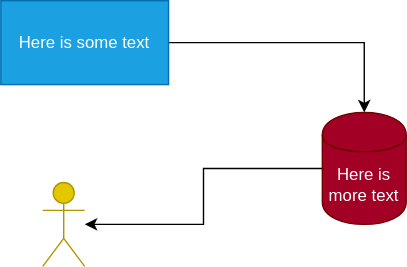
This is uncompressed.drawio.svg from Rylan12/svg-compression-test, a draw.io export, as it was before one commit. Source tidied: cells renumbered, new cells last; positions are measured from the earlier drawing's top-left corner, leaving out a move shared by most shapes.
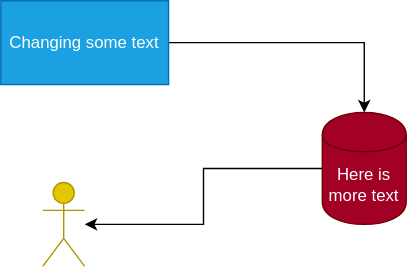
Above is the later version.

Diff of the diagram source:
```diff
@@ -5,7 +5,7 @@
     <mxCell id="2" style="edgeStyle=orthogonalEdgeStyle;rounded=0;jettySize=auto;html=1;entryX=0.5;entryY=0;entryDx=0;entryDy=0;" parent="1" edge="1" source="3" target="5">
       <mxGeometry relative="1" as="geometry" />
     </mxCell>
-    <mxCell id="3" value="Here is some text" style="rounded=0;whiteSpace=wrap;html=1;fillColor=#1ba1e2;strokeColor=#006EAF;fontColor=#ffffff;" parent="1" vertex="1">
+    <mxCell id="3" value="Changing some text" style="rounded=0;whiteSpace=wrap;html=1;fillColor=#1ba1e2;strokeColor=#006EAF;fontColor=#ffffff;" parent="1" vertex="1">
       <mxGeometry width="120" height="60" as="geometry" />
     </mxCell>
     <mxCell id="4" style="edgeStyle=orthogonalEdgeStyle;rounded=0;jettySize=auto;html=1;" parent="1" edge="1" source="5" target="6">
```
